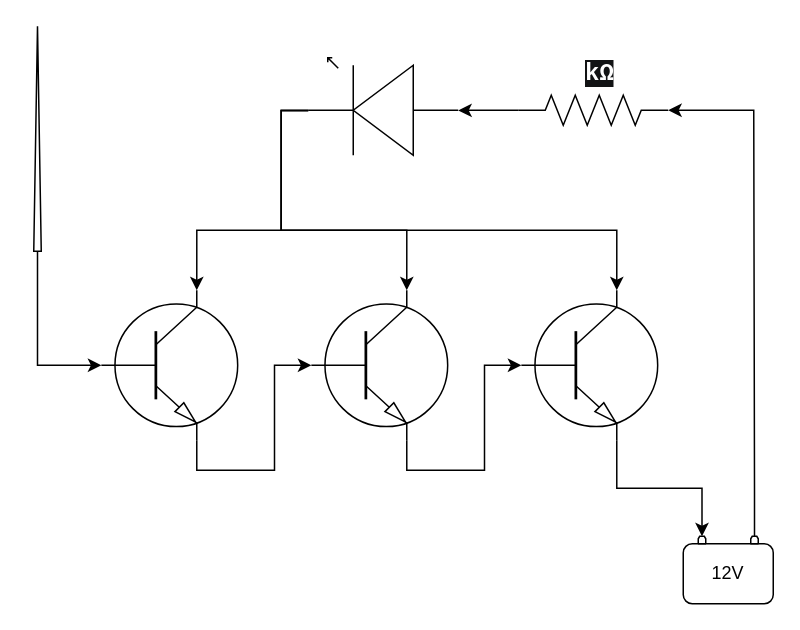
Before: page "diagrama geminis" (1 of 4) of Tools/Rastreador de cables por induccion.drawio in wipodev/Diagrams, a draw.io diagram. Source tidied: cells renumbered, new cells numbered last; positions are measured from the earlier drawing's top-left corner, leaving out a move shared by most shapes. Both pictures are drawn from the tidied source at 150%, with x=0, y=0 at pixel (33, 26).
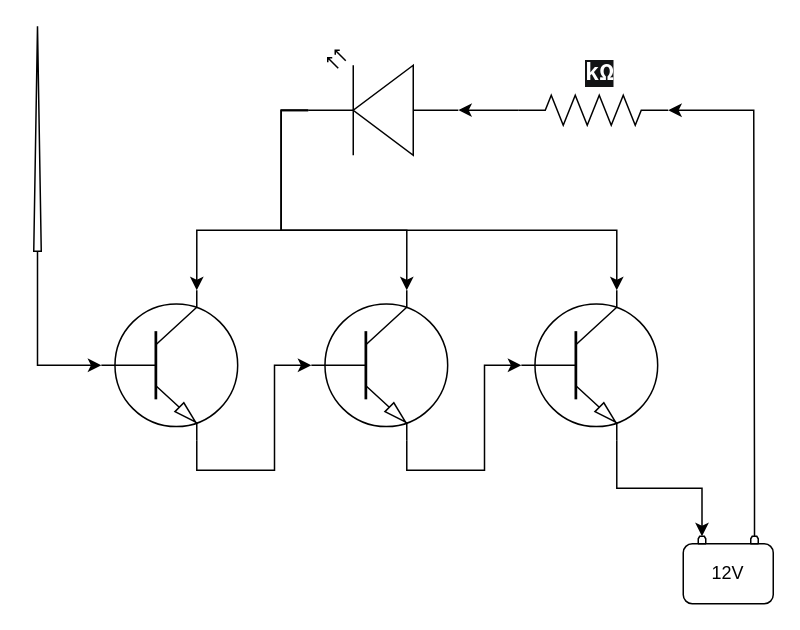
Above is the later version.

The change refers to these unchanged cells:
```xml
<mxCell id="2" style="verticalLabelPosition=bottom;shadow=0;dashed=0;align=center;html=1;verticalAlign=top;shape=mxgraph.electrical.transistors.npn_transistor_1;" parent="1" vertex="1">
  <mxGeometry x="43" y="176" width="95" height="100" as="geometry" />
</mxCell>
<mxCell id="4" style="verticalLabelPosition=bottom;shadow=0;dashed=0;align=center;html=1;verticalAlign=top;shape=mxgraph.electrical.transistors.npn_transistor_1;" parent="1" vertex="1">
  <mxGeometry x="183" y="176" width="95" height="100" as="geometry" />
</mxCell>
<mxCell id="6" style="verticalLabelPosition=bottom;shadow=0;dashed=0;align=center;html=1;verticalAlign=top;shape=mxgraph.electrical.transistors.npn_transistor_1;" parent="1" vertex="1">
  <mxGeometry x="323" y="176" width="95" height="100" as="geometry" />
</mxCell>
<mxCell id="9" style="verticalLabelPosition=bottom;shadow=0;dashed=0;align=center;html=1;verticalAlign=top;shape=mxgraph.electrical.resistors.resistor_2;" parent="1" vertex="1">
  <mxGeometry x="323" y="46" width="100" height="20" as="geometry" />
</mxCell>
```

Diff of the diagram source:
```diff
@@
-    <mxCell id="10" style="edgeStyle=orthogonalEdgeStyle;rounded=0;jettySize=auto;html=1;exitX=1;exitY=0.54;exitDx=0;exitDy=0;exitPerimeter=0;entryX=0.7;entryY=0;entryDx=0;entryDy=0;entryPerimeter=0;" parent="1" edge="1" source="12" target="6">
+    <mxCell id="10" style="edgeStyle=orthogonalEdgeStyle;rounded=0;jettySize=auto;html=1;exitX=1;exitY=0.54;exitDx=0;exitDy=0;exitPerimeter=0;entryX=0.7;entryY=0;entryDx=0;entryDy=0;entryPerimeter=0;" parent="1" edge="1" target="6">
       <mxGeometry relative="1" as="geometry">
+        <mxPoint x="183" y="56.1" as="sourcePoint" />
         <Array as="points">
           <mxPoint x="165" y="56" />
           <mxPoint x="165" y="136" />
           <mxPoint x="389" y="136" />
         </Array>
       </mxGeometry>
     </mxCell>
-    <mxCell id="11" style="edgeStyle=orthogonalEdgeStyle;rounded=0;jettySize=auto;html=1;exitX=1;exitY=0.54;exitDx=0;exitDy=0;exitPerimeter=0;entryX=0.7;entryY=0;entryDx=0;entryDy=0;entryPerimeter=0;" parent="1" edge="1" source="12" target="4">
+    <mxCell id="11" style="edgeStyle=orthogonalEdgeStyle;rounded=0;jettySize=auto;html=1;exitX=1;exitY=0.54;exitDx=0;exitDy=0;exitPerimeter=0;entryX=0.7;entryY=0;entryDx=0;entryDy=0;entryPerimeter=0;" parent="1" edge="1" target="4">
       <mxGeometry relative="1" as="geometry">
+        <mxPoint x="183" y="56.1" as="sourcePoint" />
         <Array as="points">
           <mxPoint x="165" y="56" />
           <mxPoint x="165" y="136" />
           <mxPoint x="249" y="136" />
         </Array>
       </mxGeometry>
     </mxCell>
-    <mxCell id="12" style="verticalLabelPosition=bottom;shadow=0;dashed=0;align=center;html=1;verticalAlign=top;shape=mxgraph.electrical.opto_electronics.led_1;flipV=0;legacyAnchorPoints=0;flipH=1;" parent="1" vertex="1">
-      <mxGeometry x="183" y="21" width="100" height="65" as="geometry" />
-    </mxCell>
@@
-    <mxCell id="15" style="edgeStyle=orthogonalEdgeStyle;rounded=0;jettySize=auto;html=1;exitX=0;exitY=0.5;exitDx=0;exitDy=0;exitPerimeter=0;entryX=0;entryY=0.54;entryDx=0;entryDy=0;entryPerimeter=0;" parent="1" edge="1" source="9" target="12">
+    <mxCell id="15" style="edgeStyle=orthogonalEdgeStyle;rounded=0;jettySize=auto;html=1;exitX=0;exitY=0.5;exitDx=0;exitDy=0;exitPerimeter=0;entryX=0;entryY=0.57;entryDx=0;entryDy=0;entryPerimeter=0;" parent="1" edge="1" source="9" target="24">
       <mxGeometry relative="1" as="geometry" />
     </mxCell>
-    <mxCell id="16" style="edgeStyle=orthogonalEdgeStyle;rounded=0;jettySize=auto;html=1;exitX=1;exitY=0.54;exitDx=0;exitDy=0;exitPerimeter=0;entryX=0.7;entryY=0;entryDx=0;entryDy=0;entryPerimeter=0;" parent="1" edge="1" source="12" target="2">
+    <mxCell id="16" style="edgeStyle=orthogonalEdgeStyle;rounded=0;jettySize=auto;html=1;exitX=1;exitY=0.57;exitDx=0;exitDy=0;exitPerimeter=0;entryX=0.7;entryY=0;entryDx=0;entryDy=0;entryPerimeter=0;" parent="1" edge="1" source="24" target="2">
       <mxGeometry relative="1" as="geometry">
         <Array as="points">
           <mxPoint x="165" y="56" />
           <mxPoint x="165" y="136" />
           <mxPoint x="109" y="136" />
         </Array>
       </mxGeometry>
     </mxCell>
@@
+    <mxCell id="24" style="verticalLabelPosition=bottom;shadow=0;dashed=0;align=center;html=1;verticalAlign=top;shape=mxgraph.electrical.opto_electronics.led_2;rotation=-180;flipV=1;legacyAnchorPoints=0;" parent="1" vertex="1">
+      <mxGeometry x="183" y="16" width="100" height="70" as="geometry" />
+    </mxCell>
```
